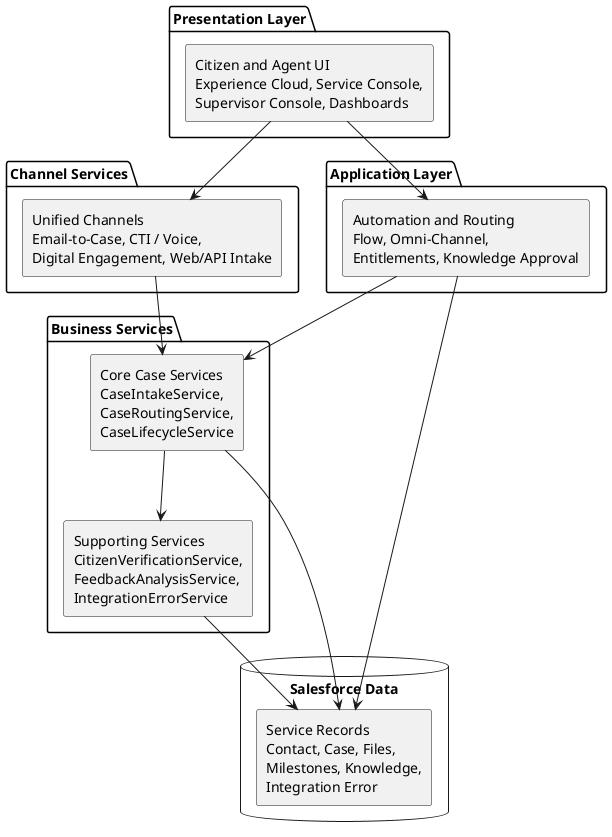
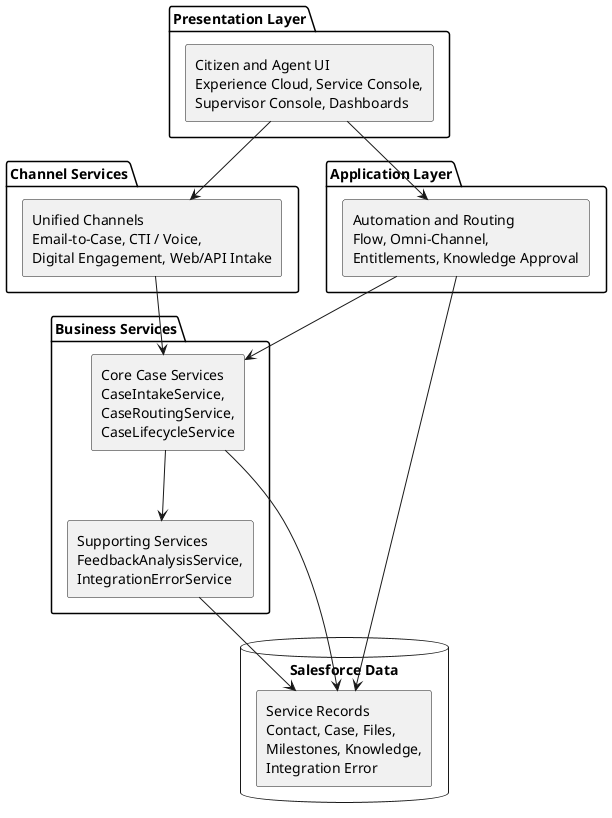
@startuml
skinparam componentStyle rectangle
skinparam nodesep 60
skinparam ranksep 70

package "Presentation Layer" {
  [Citizen and Agent UI\nExperience Cloud, Service Console,\nSupervisor Console, Dashboards] as UI
}

package "Channel Services" {
  [Unified Channels\nEmail-to-Case, CTI / Voice,\nDigital Engagement, Web/API Intake] as Channels
}

package "Application Layer" {
  [Automation and Routing\nFlow, Omni-Channel,\nEntitlements, Knowledge Approval] as AppControls
}

package "Business Services" {
  [Core Case Services\nCaseIntakeService,\nCaseRoutingService,\nCaseLifecycleService] as CaseServices
-   [Supporting Services\nCitizenVerificationService,\nFeedbackAnalysisService,\nIntegrationErrorService] as SupportServices
+   [Supporting Services\nFeedbackAnalysisService,\nIntegrationErrorService] as SupportServices
}

database "Salesforce Data" {
  [Service Records\nContact, Case, Files,\nMilestones, Knowledge,\nIntegration Error] as ServiceData
}

UI --> Channels
UI --> AppControls
Channels --> CaseServices
AppControls --> CaseServices
CaseServices --> SupportServices
CaseServices --> ServiceData
SupportServices --> ServiceData
AppControls --> ServiceData

@enduml
